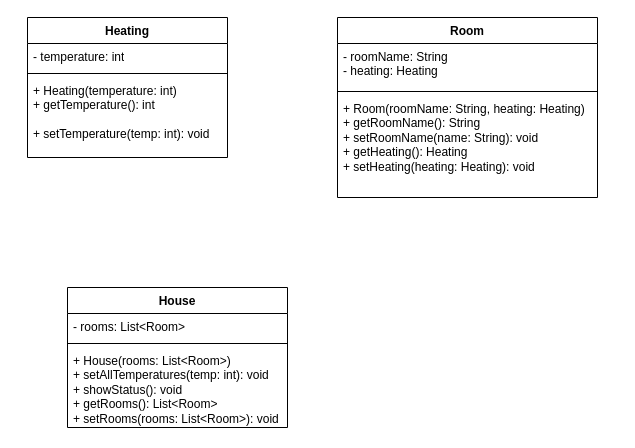
Above: M1/M1_Heizundssystem.drawio in daphne-edutbz/M320_Daphne-McNamara_Lisa-Meergans (draw.io), before the change. Source tidied: cells renumbered, new cells numbered last; positions are measured from the earlier drawing's top-left corner, leaving out a move shared by most shapes. Both pictures are drawn from the tidied source at 100%, with x=0, y=0 at pixel (27, 17).
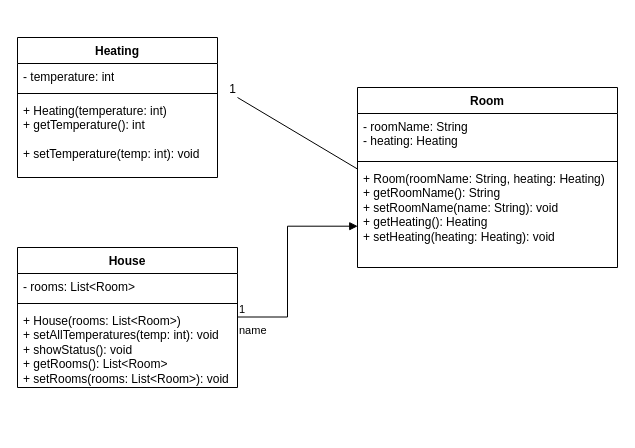
After the change.

The change refers to these unchanged cells:
```xml
<mxCell id="9" value="&lt;div&gt;+ Room(roomName: String, heating: Heating)&amp;nbsp;&lt;/div&gt;&lt;div&gt;&lt;span style=&quot;background-color: transparent; color: light-dark(rgb(0, 0, 0), rgb(255, 255, 255));&quot;&gt;+ getRoomName(): String&amp;nbsp; &amp;nbsp;&lt;/span&gt;&lt;/div&gt;&lt;div&gt;&lt;span style=&quot;background-color: transparent; color: light-dark(rgb(0, 0, 0), rgb(255, 255, 255));&quot;&gt;+ setRoomName(name: String): void&amp;nbsp;&lt;/span&gt;&lt;/div&gt;&lt;div&gt;&lt;span style=&quot;background-color: transparent; color: light-dark(rgb(0, 0, 0), rgb(255, 255, 255));&quot;&gt;+ getHeating(): Heating&amp;nbsp; &amp;nbsp;&lt;/span&gt;&lt;/div&gt;&lt;div&gt;+ setHeating(heating: Heating): void&amp;nbsp;&lt;/div&gt;" style="text;strokeColor=none;fillColor=none;align=left;verticalAlign=top;spacingLeft=4;spacingRight=4;overflow=hidden;points=[[0,0.5],[1,0.5]];portConstraint=eastwest;whiteSpace=wrap;html=1;" parent="6" vertex="1">
  <mxGeometry y="78" width="260" height="102" as="geometry" />
</mxCell>
```

Diff of the diagram source:
```diff
@@
     <mxCell id="2" value="Heating" style="swimlane;fontStyle=1;align=center;verticalAlign=top;horizontal=1;startSize=26;whiteSpace=wrap;html=1;" parent="1" vertex="1">
-      <mxGeometry width="200" height="140" as="geometry" />
+      <mxGeometry x="-10" y="20" width="200" height="140" as="geometry" />
     </mxCell>
@@
     <mxCell id="6" value="Room" style="swimlane;fontStyle=1;align=center;verticalAlign=top;horizontal=1;startSize=26;whiteSpace=wrap;html=1;" parent="1" vertex="1">
-      <mxGeometry x="310" width="260" height="180" as="geometry" />
+      <mxGeometry x="330" y="70" width="260" height="180" as="geometry" />
     </mxCell>
@@
     <mxCell id="10" value="House" style="swimlane;fontStyle=1;align=center;verticalAlign=top;horizontal=1;startSize=26;whiteSpace=wrap;html=1;" parent="1" vertex="1">
-      <mxGeometry x="40" y="270" width="220" height="140" as="geometry" />
+      <mxGeometry x="-10" y="230" width="220" height="140" as="geometry" />
     </mxCell>
@@
+    <mxCell id="14" style="endArrow=none;html=1;rounded=0;exitX=-0.001;exitY=0.033;exitDx=0;exitDy=0;exitPerimeter=0;" parent="1" edge="1" source="9">
+      <mxGeometry relative="1" as="geometry">
+        <mxPoint x="210" y="80" as="targetPoint" />
+      </mxGeometry>
+    </mxCell>
+    <mxCell id="15" value="1" style="html=1;whiteSpace=wrap;align=right;verticalAlign=bottom;" parent="14" vertex="1">
+      <mxGeometry x="1" relative="1" as="geometry" />
+    </mxCell>
+    <mxCell id="16" value="name" style="endArrow=block;endFill=1;html=1;edgeStyle=orthogonalEdgeStyle;align=left;verticalAlign=top;rounded=0;entryX=0.001;entryY=0.595;entryDx=0;entryDy=0;entryPerimeter=0;" parent="1" edge="1" target="9">
+      <mxGeometry x="-1" relative="1" as="geometry">
+        <mxPoint x="210" y="299.5" as="sourcePoint" />
+        <Array as="points">
+          <mxPoint x="260" y="300" />
+          <mxPoint x="260" y="209" />
+        </Array>
+      </mxGeometry>
+    </mxCell>
+    <mxCell id="17" value="1" style="edgeLabel;html=1;align=left;verticalAlign=bottom;" parent="16" vertex="1">
+      <mxGeometry x="-1" relative="1" as="geometry" />
+    </mxCell>
```
